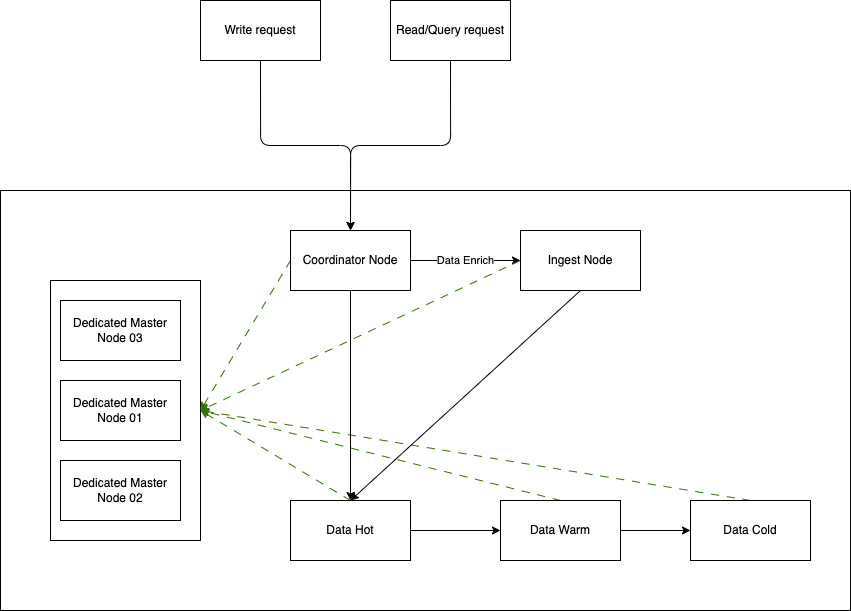
This is docs/images/es_cluster.png from rogerxwu/onfp, a draw.io export, as it was before one commit. Source tidied: cells renumbered, new cells last; positions are measured from the earlier drawing's top-left corner, leaving out a move shared by most shapes. Source of this version:
```xml
<mxGraphModel>
  <root>
    <mxCell id="0" />
    <mxCell id="1" parent="0" />
    <mxCell id="2" style="whiteSpace=wrap;html=1;align=right;" parent="1" vertex="1">
      <mxGeometry y="190" width="850" height="420" as="geometry" />
    </mxCell>
    <mxCell id="3" style="whiteSpace=wrap;html=1;" parent="1" vertex="1">
      <mxGeometry x="50" y="280" width="150" height="260" as="geometry" />
    </mxCell>
    <mxCell id="4" value="Dedicated Master Node 01" style="whiteSpace=wrap;html=1;" parent="1" vertex="1">
      <mxGeometry x="60" y="380" width="120" height="60" as="geometry" />
    </mxCell>
    <mxCell id="5" value="Dedicated Master Node 02" style="whiteSpace=wrap;html=1;" parent="1" vertex="1">
      <mxGeometry x="60" y="460" width="120" height="60" as="geometry" />
    </mxCell>
    <mxCell id="6" value="Dedicated Master Node 03" style="whiteSpace=wrap;html=1;" parent="1" vertex="1">
      <mxGeometry x="60" y="300" width="120" height="60" as="geometry" />
    </mxCell>
    <mxCell id="7" style="edgeStyle=none;html=1;exitX=1;exitY=0.5;exitDx=0;exitDy=0;entryX=0;entryY=0.5;entryDx=0;entryDy=0;" parent="1" edge="1" source="9" target="12">
      <mxGeometry relative="1" as="geometry" />
    </mxCell>
    <mxCell id="8" style="edgeStyle=none;html=1;exitX=0.5;exitY=0;exitDx=0;exitDy=0;entryX=1;entryY=0.5;entryDx=0;entryDy=0;dashed=1;dashPattern=8 8;fillColor=#60a917;strokeColor=#2D7600;" parent="1" edge="1" source="9" target="3">
      <mxGeometry relative="1" as="geometry" />
    </mxCell>
    <mxCell id="9" value="Data Hot" style="whiteSpace=wrap;html=1;" parent="1" vertex="1">
      <mxGeometry x="290" y="500" width="120" height="60" as="geometry" />
    </mxCell>
    <mxCell id="10" style="edgeStyle=none;html=1;exitX=1;exitY=0.5;exitDx=0;exitDy=0;entryX=0;entryY=0.5;entryDx=0;entryDy=0;" parent="1" edge="1" source="12" target="14">
      <mxGeometry relative="1" as="geometry" />
    </mxCell>
    <mxCell id="11" style="edgeStyle=none;html=1;exitX=0.5;exitY=0;exitDx=0;exitDy=0;entryX=1;entryY=0.5;entryDx=0;entryDy=0;dashed=1;dashPattern=8 8;fillColor=#60a917;strokeColor=#2D7600;" parent="1" edge="1" source="12" target="3">
      <mxGeometry relative="1" as="geometry" />
    </mxCell>
    <mxCell id="12" value="Data Warm" style="whiteSpace=wrap;html=1;" parent="1" vertex="1">
      <mxGeometry x="500" y="500" width="120" height="60" as="geometry" />
    </mxCell>
    <mxCell id="13" style="edgeStyle=none;html=1;exitX=0.5;exitY=0;exitDx=0;exitDy=0;dashed=1;dashPattern=8 8;entryX=1;entryY=0.5;entryDx=0;entryDy=0;fillColor=#60a917;strokeColor=#2D7600;" parent="1" edge="1" source="14" target="3">
      <mxGeometry relative="1" as="geometry" />
    </mxCell>
    <mxCell id="14" value="Data Cold" style="whiteSpace=wrap;html=1;" parent="1" vertex="1">
      <mxGeometry x="690" y="500" width="120" height="60" as="geometry" />
    </mxCell>
    <mxCell id="15" value="Data Enrich" style="edgeStyle=none;html=1;exitX=1;exitY=0.5;exitDx=0;exitDy=0;entryX=0;entryY=0.5;entryDx=0;entryDy=0;" parent="1" edge="1" source="18" target="21">
      <mxGeometry relative="1" as="geometry" />
    </mxCell>
    <mxCell id="16" style="edgeStyle=none;html=1;exitX=0.5;exitY=1;exitDx=0;exitDy=0;entryX=0.5;entryY=0;entryDx=0;entryDy=0;" parent="1" edge="1" source="18" target="9">
      <mxGeometry relative="1" as="geometry" />
    </mxCell>
    <mxCell id="17" style="edgeStyle=none;html=1;exitX=0;exitY=0.5;exitDx=0;exitDy=0;entryX=1;entryY=0.5;entryDx=0;entryDy=0;dashed=1;dashPattern=8 8;fillColor=#60a917;strokeColor=#2D7600;" parent="1" edge="1" source="18" target="3">
      <mxGeometry relative="1" as="geometry" />
    </mxCell>
    <mxCell id="18" value="Coordinator Node" style="whiteSpace=wrap;html=1;" parent="1" vertex="1">
      <mxGeometry x="290" y="230" width="120" height="60" as="geometry" />
    </mxCell>
    <mxCell id="19" style="edgeStyle=none;html=1;exitX=0.5;exitY=1;exitDx=0;exitDy=0;entryX=0.5;entryY=0;entryDx=0;entryDy=0;" parent="1" edge="1" source="21" target="9">
      <mxGeometry relative="1" as="geometry" />
    </mxCell>
    <mxCell id="20" style="edgeStyle=none;html=1;exitX=0;exitY=0.5;exitDx=0;exitDy=0;entryX=1;entryY=0.5;entryDx=0;entryDy=0;dashed=1;dashPattern=8 8;fillColor=#60a917;strokeColor=#2D7600;" parent="1" edge="1" source="21" target="3">
      <mxGeometry relative="1" as="geometry" />
    </mxCell>
    <mxCell id="21" value="Ingest Node" style="whiteSpace=wrap;html=1;" parent="1" vertex="1">
      <mxGeometry x="520" y="230" width="120" height="60" as="geometry" />
    </mxCell>
    <mxCell id="22" style="edgeStyle=orthogonalEdgeStyle;html=1;exitX=0.5;exitY=1;exitDx=0;exitDy=0;entryX=0.5;entryY=0;entryDx=0;entryDy=0;" parent="1" edge="1" source="23" target="18">
      <mxGeometry relative="1" as="geometry" />
    </mxCell>
    <mxCell id="23" value="Write request" style="whiteSpace=wrap;html=1;" parent="1" vertex="1">
      <mxGeometry x="200" width="120" height="60" as="geometry" />
    </mxCell>
    <mxCell id="24" style="edgeStyle=orthogonalEdgeStyle;html=1;exitX=0.5;exitY=1;exitDx=0;exitDy=0;entryX=0.5;entryY=0;entryDx=0;entryDy=0;" parent="1" edge="1" source="25" target="18">
      <mxGeometry relative="1" as="geometry" />
    </mxCell>
    <mxCell id="25" value="Read/Query request" style="whiteSpace=wrap;html=1;" parent="1" vertex="1">
      <mxGeometry x="390" width="120" height="60" as="geometry" />
    </mxCell>
  </root>
</mxGraphModel>
```
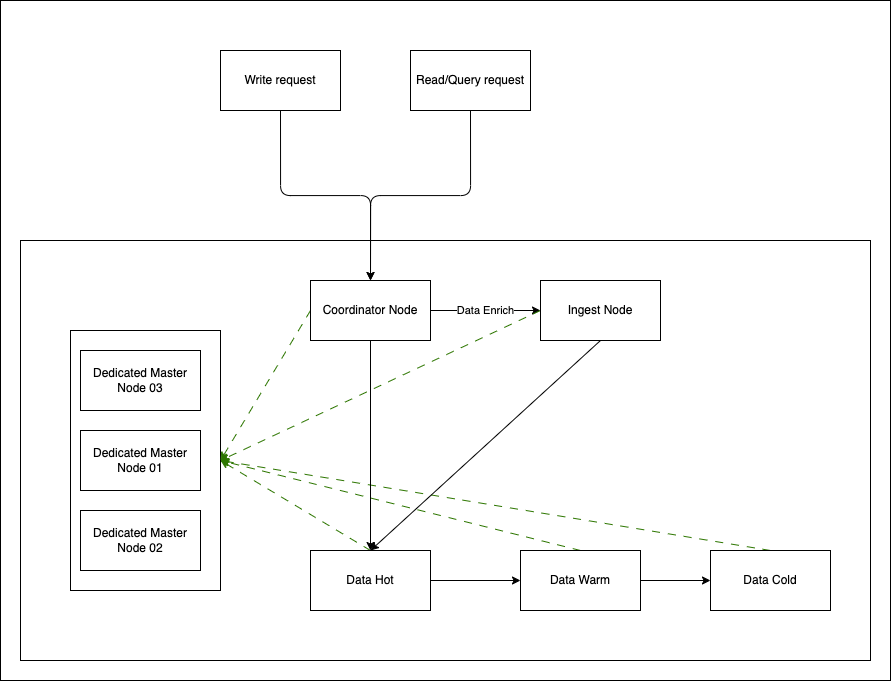
The same file after the commit.

Diff of the diagram source:
```diff
@@ -2,6 +2,9 @@
   <root>
     <mxCell id="0" />
     <mxCell id="1" parent="0" />
+    <mxCell id="26" style="whiteSpace=wrap;html=1;align=right;" parent="1" vertex="1">
+      <mxGeometry x="-20" y="-50" width="890" height="680" as="geometry" />
+    </mxCell>
     <mxCell id="2" style="whiteSpace=wrap;html=1;align=right;" parent="1" vertex="1">
       <mxGeometry y="190" width="850" height="420" as="geometry" />
     </mxCell>
```
